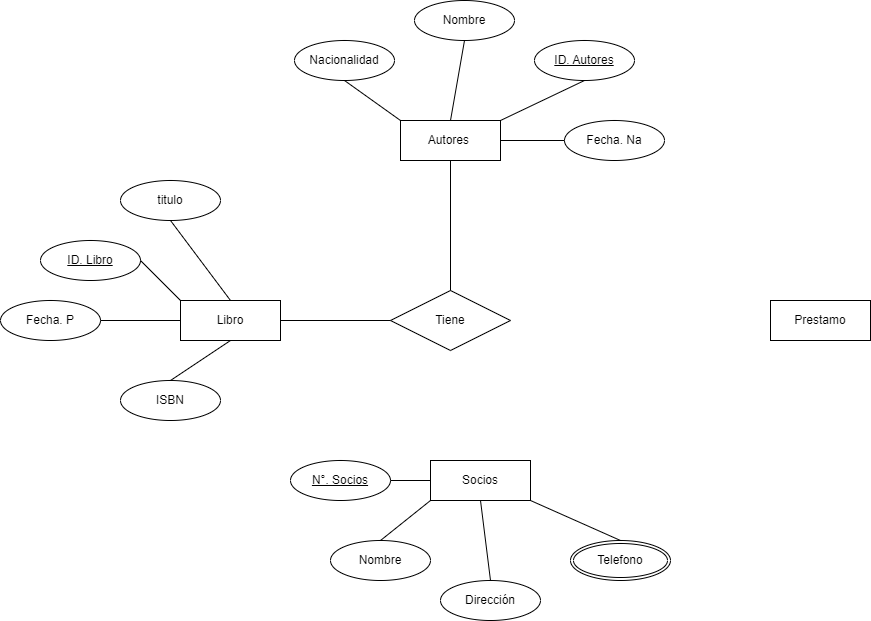
Earlier version of the draw.io export Biblioteca.drawio.png (skies120/Nuevo-Proyecto). Source tidied: cells renumbered, new cells last; positions are measured from the earlier drawing's top-left corner, leaving out a move shared by most shapes.
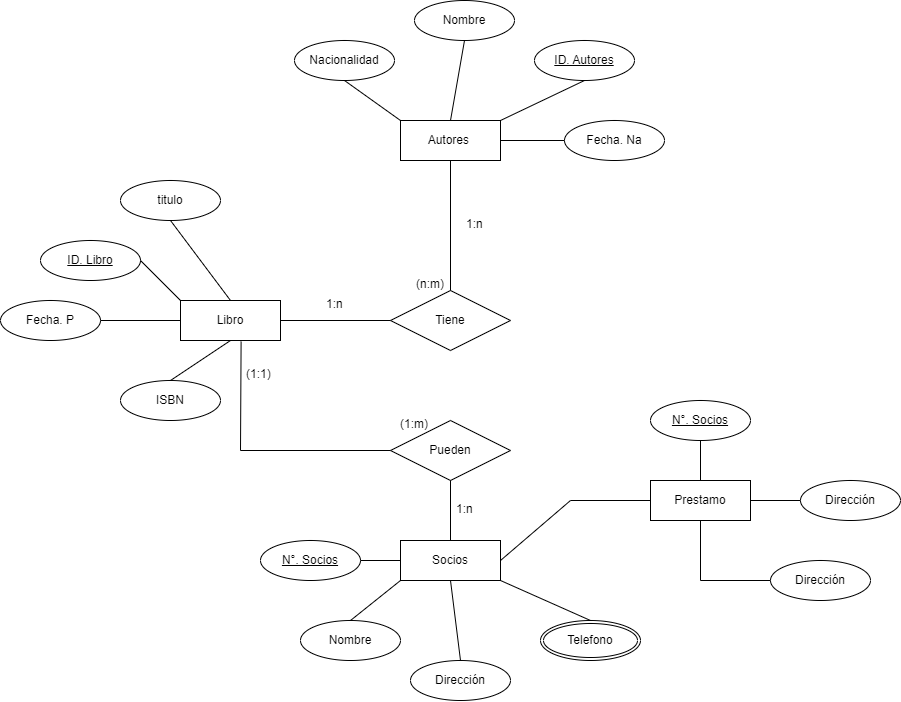
The same diagram one commit later.

Change to the diagram source:
```diff
@@ -9,10 +9,10 @@
       <mxGeometry x="400" y="120" width="100" height="40" as="geometry" />
     </mxCell>
     <mxCell id="4" value="Prestamo" style="whiteSpace=wrap;html=1;align=center;" parent="1" vertex="1">
-      <mxGeometry x="770" y="300" width="100" height="40" as="geometry" />
+      <mxGeometry x="650" y="480" width="100" height="40" as="geometry" />
     </mxCell>
     <mxCell id="5" value="Socios" style="whiteSpace=wrap;html=1;align=center;" parent="1" vertex="1">
-      <mxGeometry x="430" y="460" width="100" height="40" as="geometry" />
+      <mxGeometry x="400" y="540" width="100" height="40" as="geometry" />
     </mxCell>
     <mxCell id="6" value="titulo" style="ellipse;whiteSpace=wrap;html=1;align=center;" parent="1" vertex="1">
       <mxGeometry x="120" y="180" width="100" height="40" as="geometry" />
@@ -67,16 +67,16 @@
       <mxGeometry relative="1" as="geometry" />
     </mxCell>
     <mxCell id="22" value="N°. Socios" style="ellipse;whiteSpace=wrap;html=1;align=center;fontStyle=4;" parent="1" vertex="1">
-      <mxGeometry x="290" y="460" width="100" height="40" as="geometry" />
+      <mxGeometry x="260" y="540" width="100" height="40" as="geometry" />
     </mxCell>
     <mxCell id="23" value="Nombre" style="ellipse;whiteSpace=wrap;html=1;align=center;" parent="1" vertex="1">
-      <mxGeometry x="330" y="540" width="100" height="40" as="geometry" />
+      <mxGeometry x="300" y="620" width="100" height="40" as="geometry" />
     </mxCell>
     <mxCell id="24" value="Dirección" style="ellipse;whiteSpace=wrap;html=1;align=center;" parent="1" vertex="1">
-      <mxGeometry x="440" y="580" width="100" height="40" as="geometry" />
+      <mxGeometry x="410" y="660" width="100" height="40" as="geometry" />
     </mxCell>
     <mxCell id="25" value="Telefono" style="ellipse;shape=doubleEllipse;margin=3;whiteSpace=wrap;html=1;align=center;" parent="1" vertex="1">
-      <mxGeometry x="570" y="540" width="100" height="40" as="geometry" />
+      <mxGeometry x="540" y="620" width="100" height="40" as="geometry" />
     </mxCell>
     <mxCell id="26" style="endArrow=none;html=1;rounded=0;exitX=1;exitY=0.5;exitDx=0;exitDy=0;entryX=0;entryY=0.5;entryDx=0;entryDy=0;" parent="1" edge="1" source="22" target="5">
       <mxGeometry relative="1" as="geometry" />
@@ -99,5 +99,65 @@
     <mxCell id="32" style="endArrow=none;html=1;rounded=0;exitX=0.5;exitY=1;exitDx=0;exitDy=0;entryX=0.5;entryY=0;entryDx=0;entryDy=0;" parent="1" edge="1" source="3" target="30">
       <mxGeometry relative="1" as="geometry" />
     </mxCell>
+    <mxCell id="33" value="1:n" style="text;strokeColor=none;fillColor=none;spacingLeft=4;spacingRight=4;overflow=hidden;fontSize=12;whiteSpace=wrap;html=1;" parent="1" vertex="1">
+      <mxGeometry x="320" y="290" width="40" height="30" as="geometry" />
+    </mxCell>
+    <mxCell id="34" value="1:n" style="text;strokeColor=none;fillColor=none;spacingLeft=4;spacingRight=4;overflow=hidden;fontSize=12;whiteSpace=wrap;html=1;" parent="1" vertex="1">
+      <mxGeometry x="460" y="210" width="40" height="30" as="geometry" />
+    </mxCell>
+    <mxCell id="35" value="(n:m)" style="text;strokeColor=none;fillColor=none;spacingLeft=4;spacingRight=4;overflow=hidden;fontSize=12;whiteSpace=wrap;html=1;" parent="1" vertex="1">
+      <mxGeometry x="410" y="270" width="40" height="30" as="geometry" />
+    </mxCell>
+    <mxCell id="36" value="Pueden" style="shape=rhombus;perimeter=rhombusPerimeter;whiteSpace=wrap;html=1;align=center;" parent="1" vertex="1">
+      <mxGeometry x="390" y="420" width="120" height="60" as="geometry" />
+    </mxCell>
+    <mxCell id="37" style="endArrow=none;html=1;rounded=0;exitX=0.606;exitY=1.029;exitDx=0;exitDy=0;entryX=0;entryY=0.5;entryDx=0;entryDy=0;exitPerimeter=0;" parent="1" edge="1" source="2" target="36">
+      <mxGeometry relative="1" as="geometry">
+        <Array as="points">
+          <mxPoint x="240" y="450" />
+        </Array>
+      </mxGeometry>
+    </mxCell>
+    <mxCell id="38" style="endArrow=none;html=1;rounded=0;entryX=0.5;entryY=0;entryDx=0;entryDy=0;exitX=0.5;exitY=1;exitDx=0;exitDy=0;" parent="1" edge="1" source="36" target="5">
+      <mxGeometry relative="1" as="geometry" />
+    </mxCell>
+    <mxCell id="39" value="1:n" style="text;strokeColor=none;fillColor=none;spacingLeft=4;spacingRight=4;overflow=hidden;fontSize=12;whiteSpace=wrap;html=1;" parent="1" vertex="1">
+      <mxGeometry x="450" y="494.5" width="40" height="30" as="geometry" />
+    </mxCell>
+    <mxCell id="40" value="(1:1)" style="text;strokeColor=none;fillColor=none;spacingLeft=4;spacingRight=4;overflow=hidden;fontSize=12;whiteSpace=wrap;html=1;" parent="1" vertex="1">
+      <mxGeometry x="240" y="360" width="40" height="30" as="geometry" />
+    </mxCell>
+    <mxCell id="41" value="(1:m&lt;span style=&quot;background-color: transparent; color: light-dark(rgb(0, 0, 0), rgb(255, 255, 255));&quot;&gt;)&lt;/span&gt;" style="text;strokeColor=none;fillColor=none;spacingLeft=4;spacingRight=4;overflow=hidden;fontSize=12;whiteSpace=wrap;html=1;" parent="1" vertex="1">
+      <mxGeometry x="394" y="410" width="40" height="30" as="geometry" />
+    </mxCell>
+    <mxCell id="42" style="endArrow=none;html=1;rounded=0;entryX=0;entryY=0.5;entryDx=0;entryDy=0;exitX=1;exitY=0.5;exitDx=0;exitDy=0;" parent="1" edge="1" source="5" target="4">
+      <mxGeometry relative="1" as="geometry">
+        <Array as="points">
+          <mxPoint x="570" y="500" />
+        </Array>
+      </mxGeometry>
+    </mxCell>
+    <mxCell id="43" value="N°. Socios" style="ellipse;whiteSpace=wrap;html=1;align=center;fontStyle=4;" parent="1" vertex="1">
+      <mxGeometry x="650" y="400" width="100" height="40" as="geometry" />
+    </mxCell>
+    <mxCell id="44" value="Dirección" style="ellipse;whiteSpace=wrap;html=1;align=center;" parent="1" vertex="1">
+      <mxGeometry x="770" y="560" width="100" height="40" as="geometry" />
+    </mxCell>
+    <mxCell id="45" value="Dirección" style="ellipse;whiteSpace=wrap;html=1;align=center;" parent="1" vertex="1">
+      <mxGeometry x="800" y="480" width="100" height="40" as="geometry" />
+    </mxCell>
+    <mxCell id="46" style="endArrow=none;html=1;rounded=0;exitX=0.5;exitY=0;exitDx=0;exitDy=0;entryX=0.5;entryY=1;entryDx=0;entryDy=0;" parent="1" edge="1" source="4" target="43">
+      <mxGeometry relative="1" as="geometry" />
+    </mxCell>
+    <mxCell id="47" style="endArrow=none;html=1;rounded=0;exitX=1;exitY=0.5;exitDx=0;exitDy=0;entryX=0;entryY=0.5;entryDx=0;entryDy=0;" parent="1" edge="1" source="4" target="45">
+      <mxGeometry relative="1" as="geometry" />
+    </mxCell>
+    <mxCell id="48" style="endArrow=none;html=1;rounded=0;exitX=0.5;exitY=1;exitDx=0;exitDy=0;entryX=0;entryY=0.5;entryDx=0;entryDy=0;" parent="1" edge="1" source="4" target="44">
+      <mxGeometry relative="1" as="geometry">
+        <Array as="points">
+          <mxPoint x="700" y="580" />
+        </Array>
+      </mxGeometry>
+    </mxCell>
   </root>
 </mxGraphModel>
```
